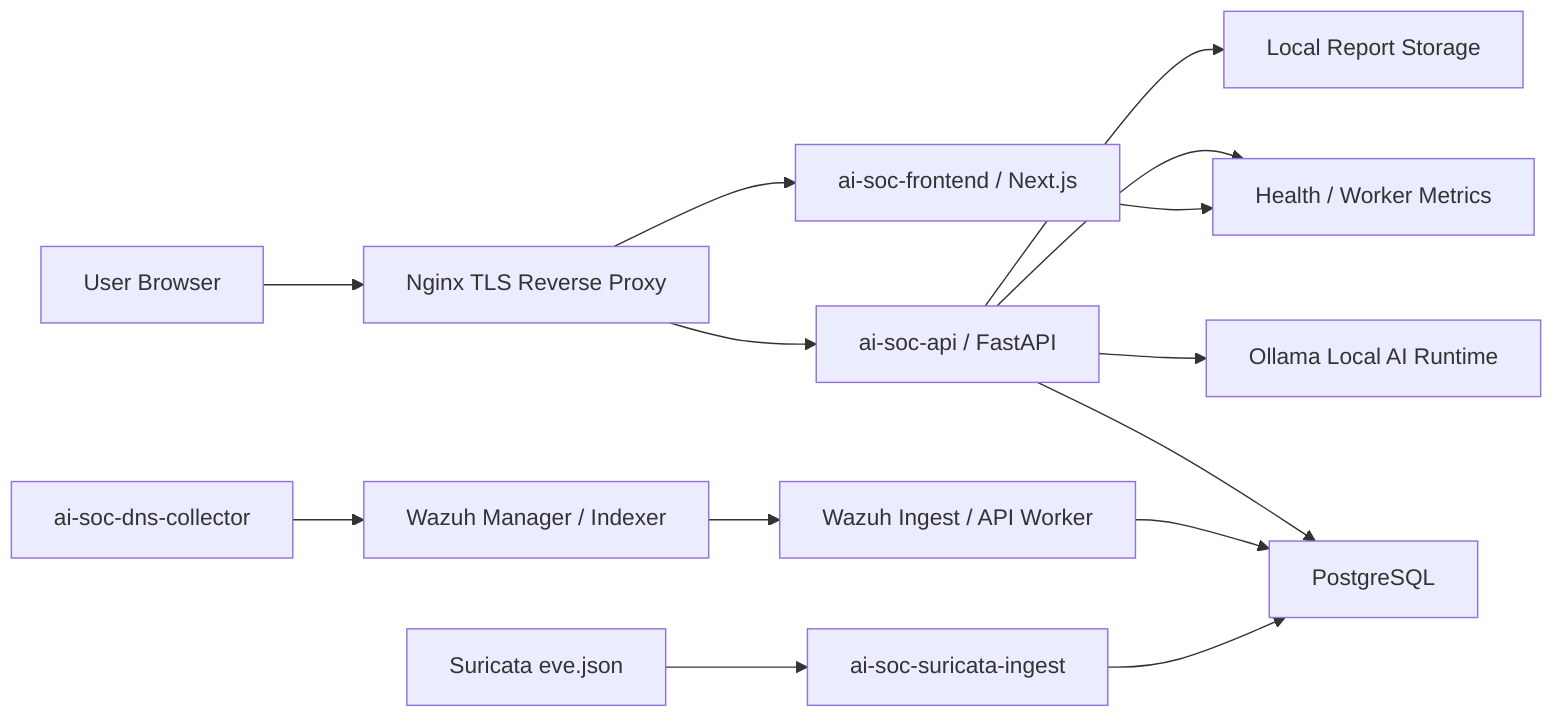
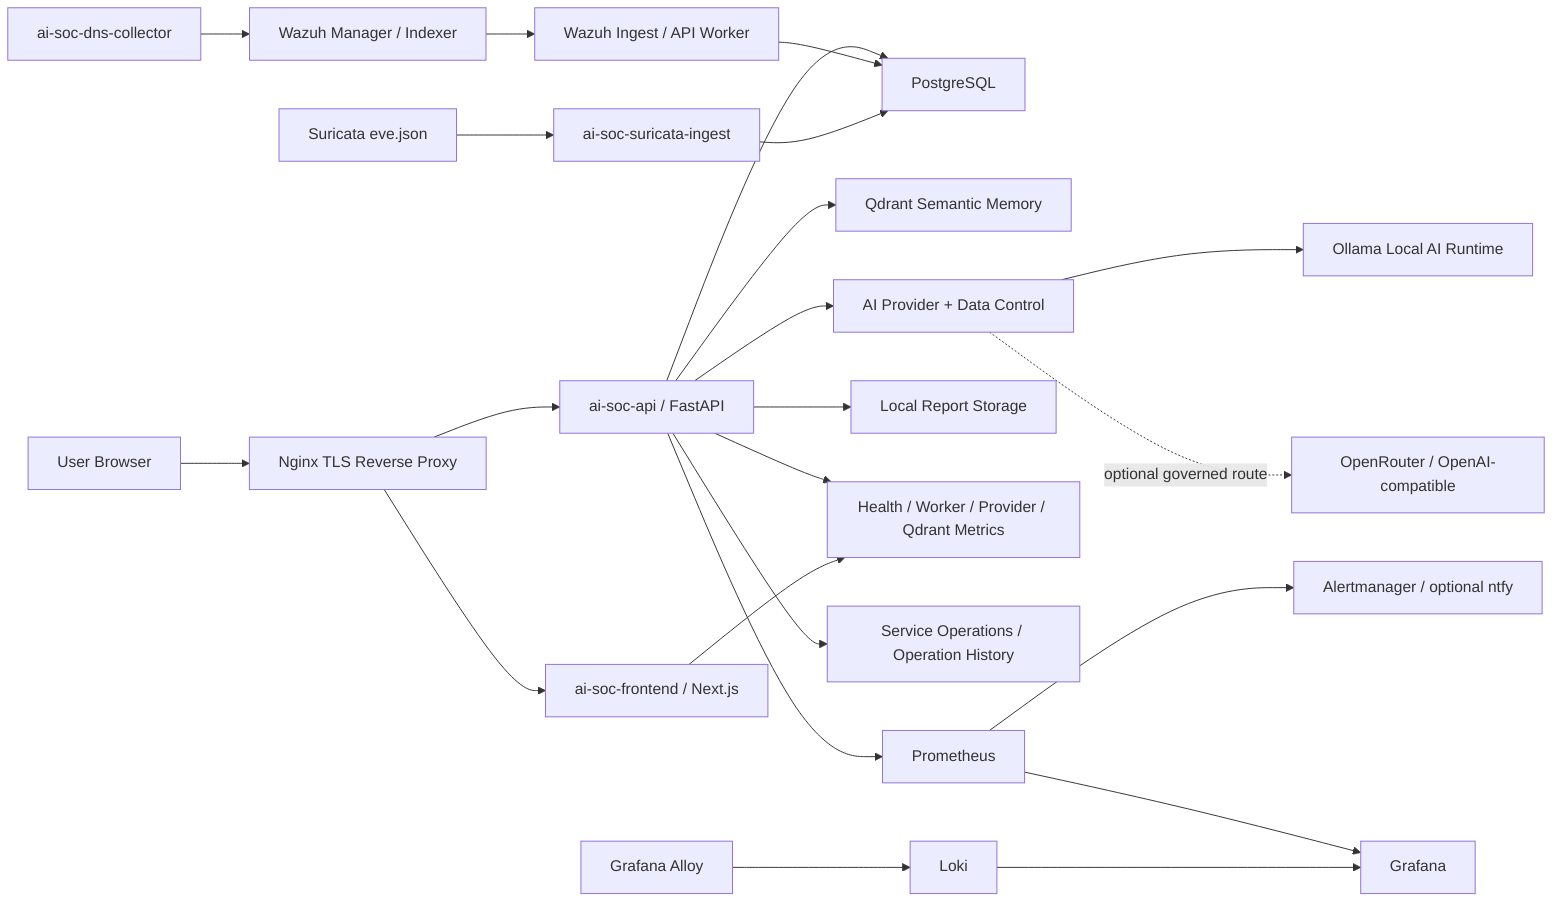
flowchart LR
  user["User Browser"] --> nginx["Nginx TLS Reverse Proxy"]
  nginx --> frontend["ai-soc-frontend / Next.js"]
  nginx --> api["ai-soc-api / FastAPI"]

  api --> postgres["PostgreSQL"]
-   api --> ollama["Ollama Local AI Runtime"]
+   api --> qdrant["Qdrant Semantic Memory"]
+   api --> ai_policy["AI Provider + Data Control"]
+   ai_policy --> ollama["Ollama Local AI Runtime"]
+   ai_policy -. "optional governed route" .-> external_ai["OpenRouter / OpenAI-compatible"]
  api --> reports["Local Report Storage"]

  wazuh["Wazuh Manager / Indexer"] --> wazuh_ingest["Wazuh Ingest / API Worker"]
  wazuh_ingest --> postgres
  suricata_logs["Suricata eve.json"] --> suricata_worker["ai-soc-suricata-ingest"]
  suricata_worker --> postgres

  dns_collector["ai-soc-dns-collector"] --> wazuh

-   api --> health["Health / Worker Metrics"]
+   api --> health["Health / Worker / Provider / Qdrant Metrics"]
  frontend --> health
+ 
+   api --> operations["Service Operations / Operation History"]
+   prometheus["Prometheus"] --> alertmanager["Alertmanager / optional ntfy"]
+   alloy["Grafana Alloy"] --> loki["Loki"]
+   prometheus --> grafana["Grafana"]
+   loki --> grafana
+   api --> prometheus
